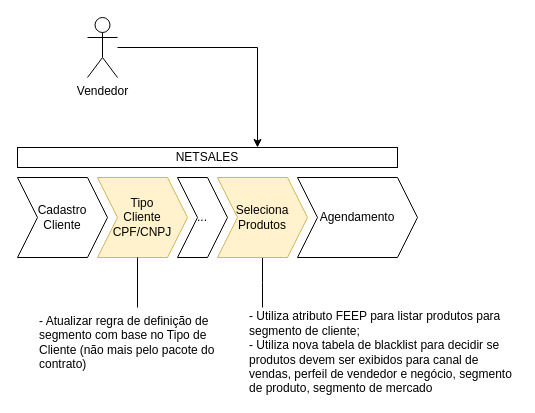
Earlier version of the draw.io diagram 130346 Bloqueio de produtos PME para clientes PF.drawio (samirali/ClaroBrasil). Source tidied: cells renumbered, new cells numbered last; positions are measured from the earlier drawing's top-left corner, leaving out a move shared by most shapes. Both pictures are drawn from the tidied source at 100%, with x=0, y=0 at pixel (17, 17).
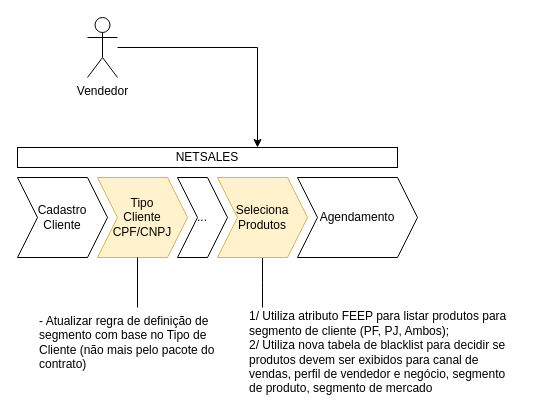
The same page after the edit.

The edit, as a diff of the source:
```diff
@@
 <mxGraphModel>
   <root>
     <mxCell id="0" />
     <mxCell id="1" parent="0" />
     <mxCell id="2" style="edgeStyle=orthogonalEdgeStyle;rounded=0;jettySize=auto;html=1;" parent="1" edge="1" source="3" target="11">
       <mxGeometry relative="1" as="geometry">
         <Array as="points">
           <mxPoint x="240" y="30" />
         </Array>
       </mxGeometry>
     </mxCell>
     <mxCell id="3" value="Vendedor" style="shape=umlActor;verticalLabelPosition=bottom;verticalAlign=top;html=1;outlineConnect=0;" parent="1" vertex="1">
       <mxGeometry x="70" width="30" height="60" as="geometry" />
     </mxCell>
     <mxCell id="4" value="Cadastro&lt;div&gt;Cliente&lt;/div&gt;" style="shape=step;perimeter=stepPerimeter;whiteSpace=wrap;html=1;fixedSize=1;" parent="1" vertex="1">
       <mxGeometry y="160" width="90" height="80" as="geometry" />
     </mxCell>
     <mxCell id="5" value="Tipo&lt;div&gt;Cliente&lt;/div&gt;&lt;div&gt;CPF/CNPJ&lt;/div&gt;" style="shape=step;perimeter=stepPerimeter;whiteSpace=wrap;html=1;fixedSize=1;fillColor=#fff2cc;strokeColor=#d6b656;" parent="1" vertex="1">
       <mxGeometry x="80" y="160" width="90" height="80" as="geometry" />
     </mxCell>
     <mxCell id="6" value="..." style="shape=step;perimeter=stepPerimeter;whiteSpace=wrap;html=1;fixedSize=1;" parent="1" vertex="1">
       <mxGeometry x="160" y="160" width="50" height="80" as="geometry" />
     </mxCell>
     <mxCell id="7" style="edgeStyle=orthogonalEdgeStyle;rounded=0;jettySize=auto;html=1;endArrow=none;endFill=0;" parent="1" edge="1" source="8">
       <mxGeometry relative="1" as="geometry">
         <mxPoint x="245" y="290" as="targetPoint" />
       </mxGeometry>
     </mxCell>
     <mxCell id="8" value="Seleciona&lt;div&gt;Produtos&lt;/div&gt;" style="shape=step;perimeter=stepPerimeter;whiteSpace=wrap;html=1;fixedSize=1;fillColor=#fff2cc;strokeColor=#d6b656;" parent="1" vertex="1">
       <mxGeometry x="200" y="160" width="90" height="80" as="geometry" />
     </mxCell>
     <mxCell id="9" value="Agendamento" style="shape=step;perimeter=stepPerimeter;whiteSpace=wrap;html=1;fixedSize=1;" parent="1" vertex="1">
       <mxGeometry x="280" y="160" width="120" height="80" as="geometry" />
     </mxCell>
-    <mxCell id="10" value="- Utiliza atributo FEEP para listar produtos para segmento de cliente;&lt;div&gt;- Utiliza nova tabela de blacklist para decidir se produtos devem ser exibidos para canal de vendas, perfeil de vendedor e negócio, segmento de produto, segmento de mercado&lt;/div&gt;" style="text;html=1;whiteSpace=wrap;strokeColor=none;fillColor=none;align=left;verticalAlign=middle;rounded=0;" parent="1" vertex="1">
+    <mxCell id="10" value="1/ Utiliza atributo FEEP para listar produtos para segmento de cliente (PF, PJ, Ambos);&lt;div&gt;2/ Utiliza nova tabela de blacklist para decidir se produtos devem ser exibidos para canal de vendas, perfil de vendedor e negócio, segmento de produto, segmento de mercado&lt;/div&gt;" style="text;html=1;whiteSpace=wrap;strokeColor=none;fillColor=none;align=left;verticalAlign=middle;rounded=0;" parent="1" vertex="1">
       <mxGeometry x="230" y="300" width="270" height="70" as="geometry" />
     </mxCell>
     <mxCell id="11" value="NETSALES" style="rounded=0;whiteSpace=wrap;html=1;" parent="1" vertex="1">
       <mxGeometry y="130" width="380" height="20" as="geometry" />
     </mxCell>
     <mxCell id="12" value="- Atualizar regra de definição de segmento com base no Tipo de Cliente (não mais pelo pacote do contrato)" style="text;html=1;whiteSpace=wrap;strokeColor=none;fillColor=none;align=left;verticalAlign=middle;rounded=0;" parent="1" vertex="1">
       <mxGeometry x="20" y="290" width="180" height="70" as="geometry" />
     </mxCell>
     <mxCell id="13" style="edgeStyle=orthogonalEdgeStyle;rounded=0;orthogonalLoop=1;jettySize=auto;html=1;endArrow=none;endFill=0;" parent="1" edge="1">
       <mxGeometry relative="1" as="geometry">
         <mxPoint x="120" y="240" as="sourcePoint" />
         <mxPoint x="120" y="290" as="targetPoint" />
       </mxGeometry>
     </mxCell>
   </root>
 </mxGraphModel>
```
